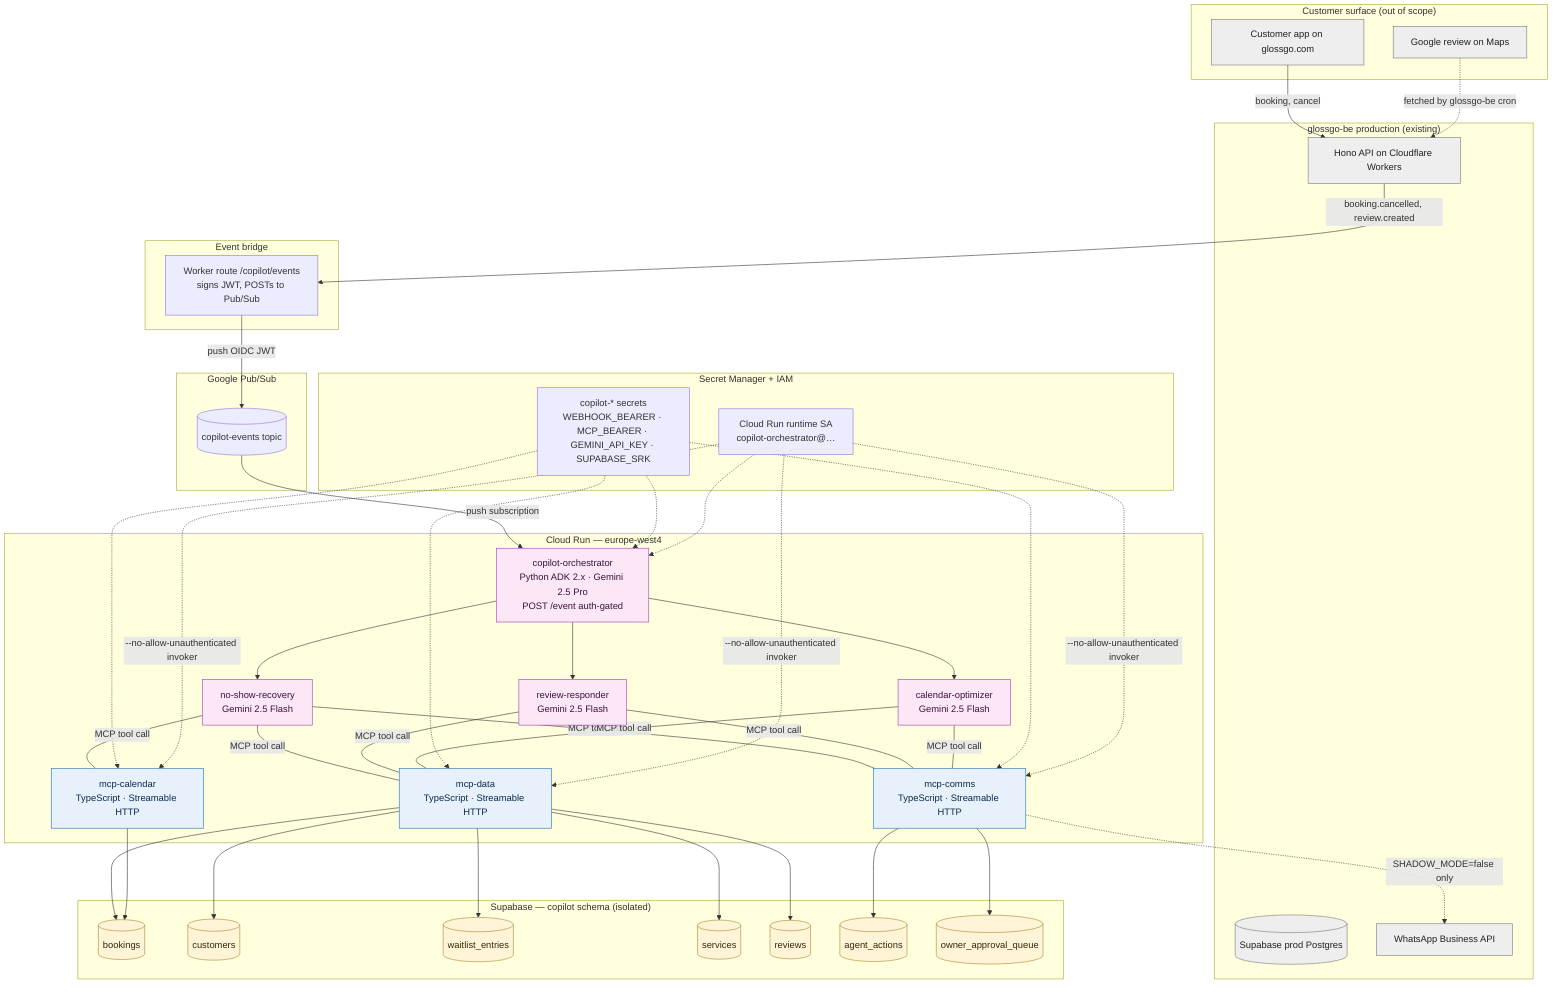
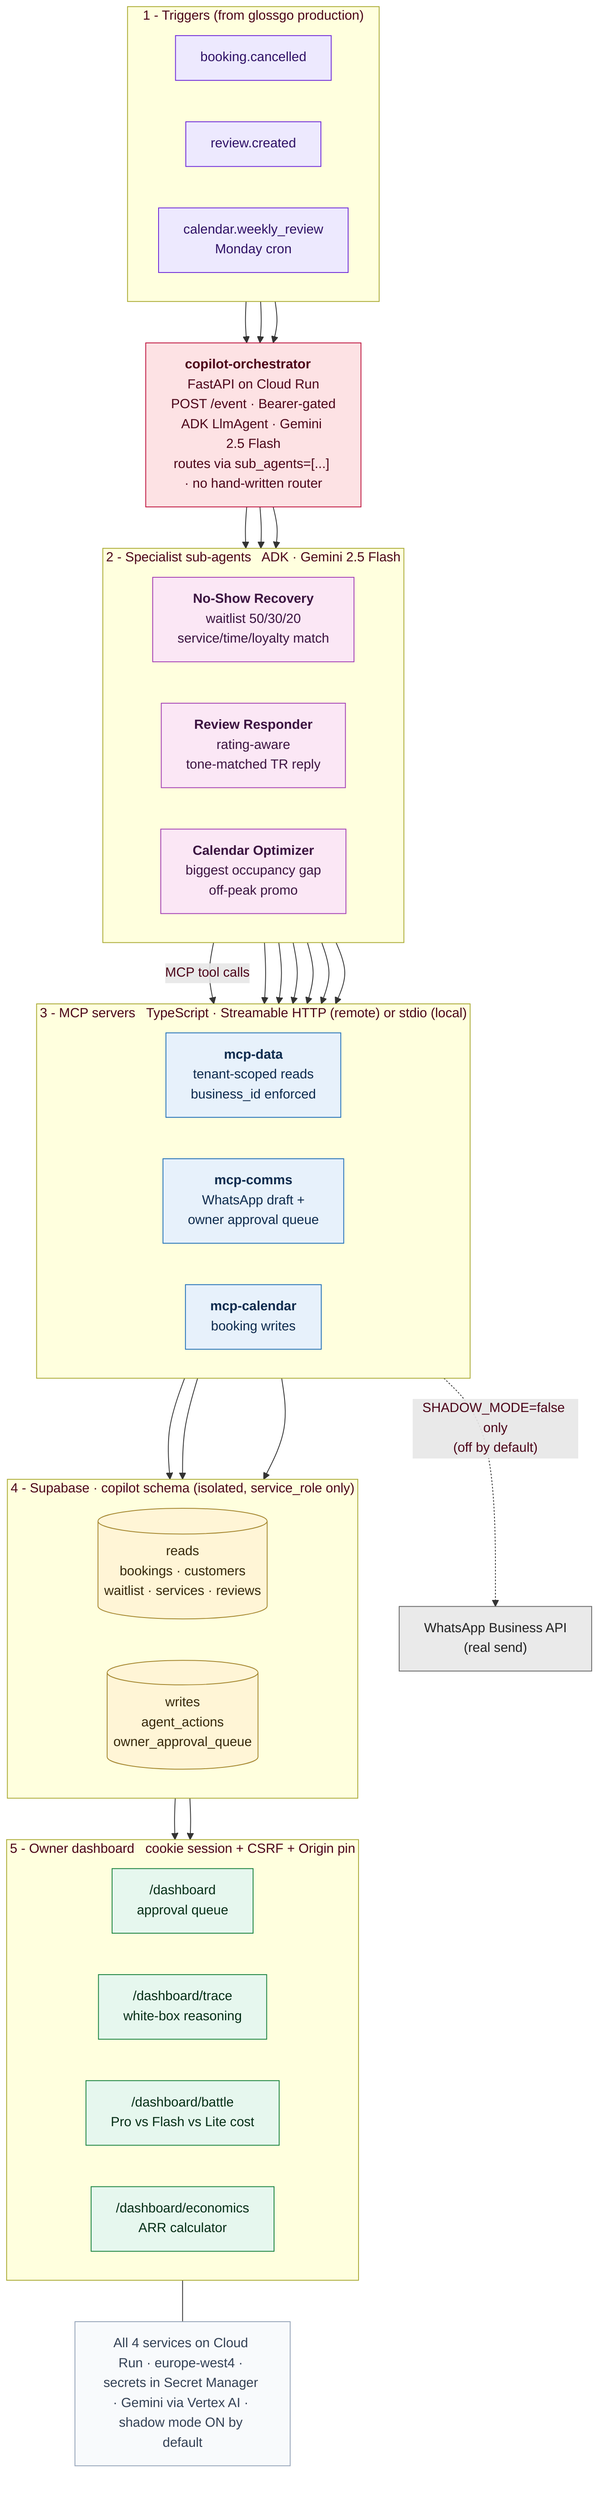
- %% glossgo Salon Co-Pilot — system architecture
- %% Render with: mmdc -i architecture.mmd -o architecture.png -b transparent -w 2200
+ %% glossgo Salon Co-Pilot - system architecture (live deployment)
+ %% Render: mmdc -i architecture.mmd -o img/architecture.png -b white -w 2400 -t neutral
flowchart TB
-   subgraph CUSTOMER ["Customer surface (out of scope)"]
-     cust[Customer app on glossgo.com]
-     gmaps[Google review on Maps]
+ 
+   subgraph TRIG ["1 - Triggers (from glossgo production)"]
+     direction LR
+     bc["booking.cancelled"]
+     rc["review.created"]
+     wk["calendar.weekly_review<br/>Monday cron"]
  end

-   subgraph BE ["glossgo-be production (existing)"]
-     api[Hono API on Cloudflare Workers]
-     db[(Supabase prod Postgres)]
-     wapi[WhatsApp Business API]
+   orch["<b>copilot-orchestrator</b> &nbsp; FastAPI on Cloud Run<br/>POST /event &middot; Bearer-gated<br/>ADK LlmAgent &middot; Gemini 2.5 Flash<br/>routes via sub_agents=[...] &middot; no hand-written router"]
+ 
+   subgraph AGENTS ["2 - Specialist sub-agents &nbsp; ADK &middot; Gemini 2.5 Flash"]
+     direction LR
+     nsr["<b>No-Show Recovery</b><br/>waitlist 50/30/20<br/>service/time/loyalty match"]
+     rr["<b>Review Responder</b><br/>rating-aware<br/>tone-matched TR reply"]
+     co["<b>Calendar Optimizer</b><br/>biggest occupancy gap<br/>off-peak promo"]
  end

-   subgraph WORKER ["Event bridge"]
-     ev[Worker route /copilot/events<br/>signs JWT, POSTs to Pub/Sub]
+   subgraph MCP ["3 - MCP servers &nbsp; TypeScript &middot; Streamable HTTP (remote) or stdio (local)"]
+     direction LR
+     mcpD["<b>mcp-data</b><br/>tenant-scoped reads<br/>business_id enforced"]
+     mcpC["<b>mcp-comms</b><br/>WhatsApp draft +<br/>owner approval queue"]
+     mcpK["<b>mcp-calendar</b><br/>booking writes"]
  end

-   subgraph PS ["Google Pub/Sub"]
-     topic[(copilot-events topic)]
+   subgraph DATA ["4 - Supabase &middot; copilot schema (isolated, service_role only)"]
+     direction LR
+     reads[("reads<br/>bookings &middot; customers<br/>waitlist &middot; services &middot; reviews")]
+     writes[("writes<br/>agent_actions<br/>owner_approval_queue")]
  end

-   subgraph RUN ["Cloud Run — europe-west4"]
-     orch[copilot-orchestrator<br/>Python ADK 2.x · Gemini 2.5 Pro<br/>POST /event auth-gated]
-     nsr[no-show-recovery<br/>Gemini 2.5 Flash]
-     rr[review-responder<br/>Gemini 2.5 Flash]
-     co[calendar-optimizer<br/>Gemini 2.5 Flash]
-     mcpD[mcp-data<br/>TypeScript · Streamable HTTP]
-     mcpC[mcp-comms<br/>TypeScript · Streamable HTTP]
-     mcpK[mcp-calendar<br/>TypeScript · Streamable HTTP]
+   wapi["WhatsApp Business API<br/>(real send)"]
+ 
+   subgraph UI ["5 - Owner dashboard &nbsp; cookie session + CSRF + Origin pin"]
+     direction LR
+     dash["/dashboard<br/>approval queue"]
+     tr["/dashboard/trace<br/>white-box reasoning"]
+     bt["/dashboard/battle<br/>Pro vs Flash vs Lite cost"]
+     ec["/dashboard/economics<br/>ARR calculator"]
  end

-   subgraph DATA ["Supabase — copilot schema (isolated)"]
-     bk[(bookings)]
-     cu[(customers)]
-     wl[(waitlist_entries)]
-     sv[(services)]
-     rv[(reviews)]
-     aa[(agent_actions)]
-     oaq[(owner_approval_queue)]
-   end
- 
-   subgraph SEC ["Secret Manager + IAM"]
-     sec[copilot-* secrets<br/>WEBHOOK_BEARER · MCP_BEARER · GEMINI_API_KEY · SUPABASE_SRK]
-     iam[Cloud Run runtime SA<br/>copilot-orchestrator@…]
-   end
- 
-   cust -->|booking, cancel| api
-   gmaps -.->|fetched by glossgo-be cron| api
-   api -->|booking.cancelled, review.created| ev
-   ev -->|push OIDC JWT| topic
-   topic -->|push subscription| orch
+   bc --> orch
+   rc --> orch
+   wk --> orch

  orch --> nsr
  orch --> rr
  orch --> co
-   nsr ---|MCP tool call| mcpD
-   nsr ---|MCP tool call| mcpC
-   nsr ---|MCP tool call| mcpK
-   rr  ---|MCP tool call| mcpD
-   rr  ---|MCP tool call| mcpC
-   co  ---|MCP tool call| mcpD
-   co  ---|MCP tool call| mcpC

-   mcpD --> bk
-   mcpD --> cu
-   mcpD --> wl
-   mcpD --> sv
-   mcpD --> rv
-   mcpC --> aa
-   mcpC --> oaq
-   mcpC -.->|SHADOW_MODE=false only| wapi
-   mcpK --> bk
+   nsr -->|MCP tool calls| mcpD
+   rr  --> mcpD
+   co  --> mcpD
+   nsr --> mcpC
+   rr  --> mcpC
+   co  --> mcpC
+   co  --> mcpK

-   sec -.-> orch
-   sec -.-> mcpD
-   sec -.-> mcpC
-   sec -.-> mcpK
-   iam -.-> orch
-   iam -.->|--no-allow-unauthenticated invoker| mcpD
-   iam -.->|--no-allow-unauthenticated invoker| mcpC
-   iam -.->|--no-allow-unauthenticated invoker| mcpK
+   mcpD --> reads
+   mcpC --> writes
+   mcpK --> writes
+   mcpC -.->|"SHADOW_MODE=false only<br/>(off by default)"| wapi

+   writes --> dash
+   writes --> tr
+ 
+   note["All 4 services on Cloud Run &middot; europe-west4 &middot; secrets in Secret Manager &middot; Gemini via Vertex AI &middot; shadow mode ON by default"]
+   UI --- note
+ 
+   classDef trig  fill:#ede9fe,stroke:#6d28d9,color:#2e1065
  classDef agent fill:#fbe7f5,stroke:#a23db4,color:#3b1340
  classDef mcp   fill:#e7f1fb,stroke:#1f6fb8,color:#0d2a4d
  classDef data  fill:#fff5d6,stroke:#a4862e,color:#36280a
-   classDef ext   fill:#eee,stroke:#777,color:#222
-   class orch,nsr,rr,co agent
+   classDef ext   fill:#eaeaea,stroke:#666,color:#222
+   classDef ui    fill:#e6f7ee,stroke:#15803d,color:#052e16
+   classDef root  fill:#fde2e4,stroke:#be123c,color:#4c0519
+   classDef notec fill:#f8fafc,stroke:#94a3b8,color:#334155
+ 
+   class bc,rc,wk trig
+   class orch root
+   class nsr,rr,co agent
  class mcpD,mcpC,mcpK mcp
-   class bk,cu,wl,sv,rv,aa,oaq data
-   class api,db,wapi,gmaps,cust ext
+   class reads,writes data
+   class dash,tr,bt,ec ui
+   class wapi ext
+   class note notec
